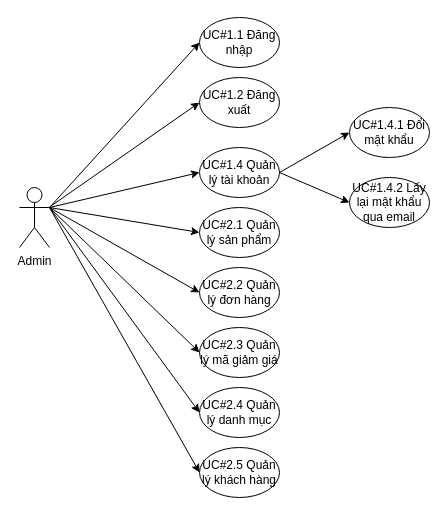
Before: UseCaseForAdmin.drawio in A41056/ERD, a draw.io diagram. Source tidied: cells renumbered, new cells numbered last; positions are measured from the earlier drawing's top-left corner, leaving out a move shared by most shapes. Both pictures are drawn from the tidied source at 100%, with x=0, y=0 at pixel (19, 17).
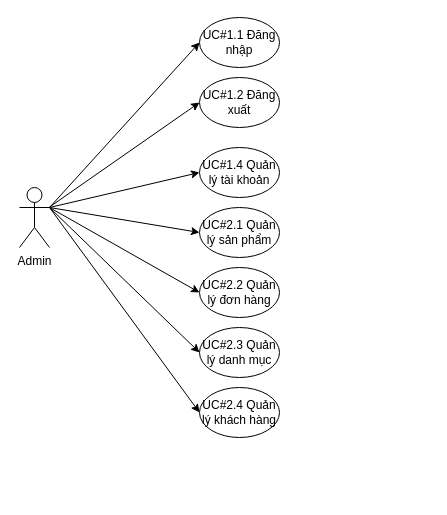
The same diagram, later.

Unchanged cells that the change refers to:
```xml
<mxCell id="2" value="Admin" style="shape=umlActor;verticalLabelPosition=bottom;verticalAlign=top;html=1;outlineConnect=0;" parent="1" vertex="1">
  <mxGeometry y="170" width="30" height="60" as="geometry" />
</mxCell>
<mxCell id="5" value="UC#1.4 Quản lý tài khoản" style="ellipse;whiteSpace=wrap;html=1;" parent="1" vertex="1">
  <mxGeometry x="180" y="130" width="80" height="50" as="geometry" />
</mxCell>
```

Diff of the diagram source:
```diff
@@
-    <mxCell id="8" value="UC#2.3 Quản lý mã giảm giá" style="ellipse;whiteSpace=wrap;html=1;" parent="1" vertex="1">
-      <mxGeometry x="180" y="310" width="80" height="50" as="geometry" />
-    </mxCell>
-    <mxCell id="9" value="UC#2.4 Quản lý danh mục" style="ellipse;whiteSpace=wrap;html=1;" parent="1" vertex="1">
-      <mxGeometry x="180" y="370" width="80" height="50" as="geometry" />
+    <mxCell id="9" value="UC#2.3 Quản lý danh mục" style="ellipse;whiteSpace=wrap;html=1;" parent="1" vertex="1">
+      <mxGeometry x="180" y="310" width="80" height="50" as="geometry" />
     </mxCell>
@@
-    <mxCell id="15" style="endArrow=classic;html=1;rounded=0;entryX=0;entryY=0.5;entryDx=0;entryDy=0;exitX=1;exitY=0.3333333333333333;exitDx=0;exitDy=0;exitPerimeter=0;" parent="1" edge="1" source="2" target="8">
-      <mxGeometry relative="1" as="geometry" />
-    </mxCell>
@@
-    <mxCell id="17" value="UC#1.4.1 Đổi mật khẩu" style="ellipse;whiteSpace=wrap;html=1;" parent="1" vertex="1">
-      <mxGeometry x="330" y="90" width="80" height="50" as="geometry" />
-    </mxCell>
-    <mxCell id="18" value="UC#1.4.2 Lấy lại mật khẩu qua email" style="ellipse;whiteSpace=wrap;html=1;" parent="1" vertex="1">
-      <mxGeometry x="330" y="160" width="80" height="50" as="geometry" />
-    </mxCell>
-    <mxCell id="19" style="endArrow=classic;html=1;rounded=0;exitX=1;exitY=0.5;exitDx=0;exitDy=0;entryX=0;entryY=0.5;entryDx=0;entryDy=0;" parent="1" edge="1" source="5" target="17">
-      <mxGeometry relative="1" as="geometry" />
-    </mxCell>
-    <mxCell id="20" style="endArrow=classic;html=1;rounded=0;exitX=1;exitY=0.5;exitDx=0;exitDy=0;entryX=0;entryY=0.5;entryDx=0;entryDy=0;" parent="1" edge="1" source="5" target="18">
-      <mxGeometry relative="1" as="geometry" />
-    </mxCell>
-    <mxCell id="21" value="UC#2.5 Quản lý khách hàng" style="ellipse;whiteSpace=wrap;html=1;" parent="1" vertex="1">
-      <mxGeometry x="180" y="430" width="80" height="50" as="geometry" />
+    <mxCell id="21" value="UC#2.4 Quản lý khách hàng" style="ellipse;whiteSpace=wrap;html=1;" parent="1" vertex="1">
+      <mxGeometry x="180" y="370" width="80" height="50" as="geometry" />
     </mxCell>
```
